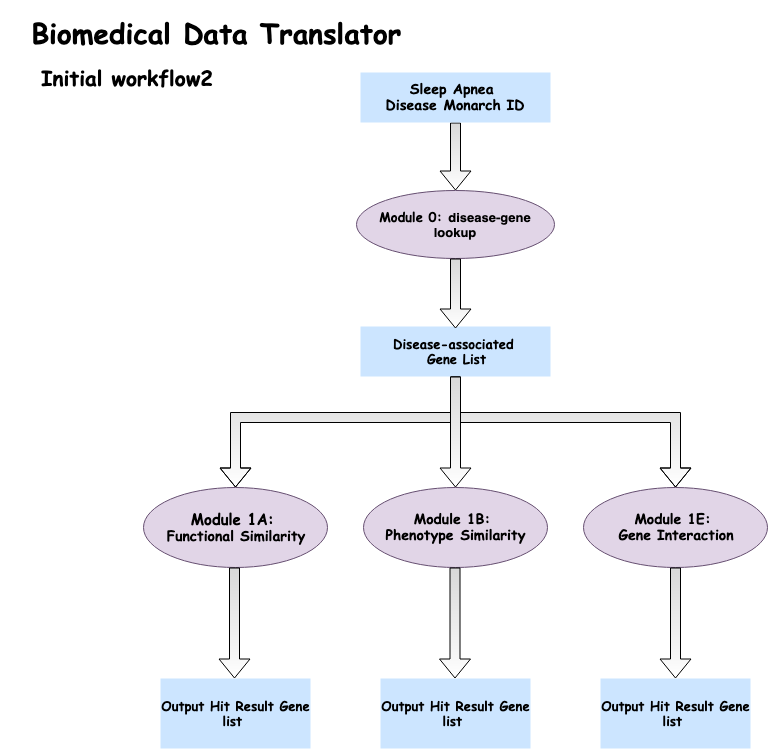
Above: workflow2_diagram.png in imxiaow/SleepApnea-Presentation (draw.io), before the change. Source tidied: cells renumbered, new cells last; positions are measured from the earlier drawing's top-left corner, leaving out a move shared by most shapes.
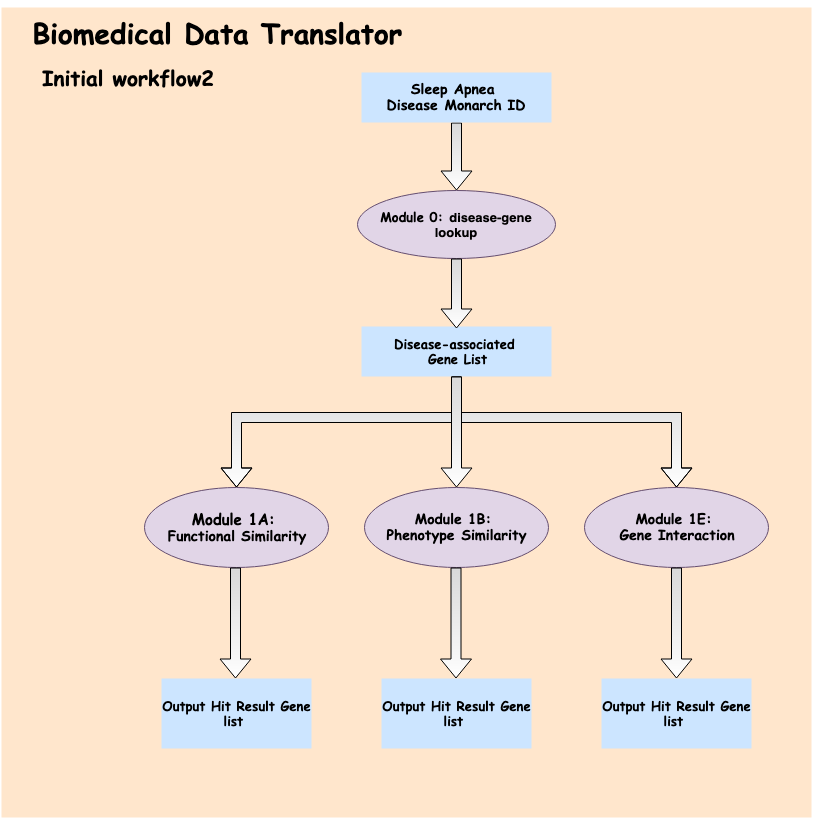
After the commit.

Change to the diagram source:
```diff
@@ -2,6 +2,9 @@
   <root>
     <mxCell id="0" />
     <mxCell id="1" parent="0" />
+    <mxCell id="21" style="whiteSpace=wrap;html=1;strokeColor=none;strokeWidth=3;fillColor=#ffe6cc;fontFamily=Comic Sans MS;" parent="1" vertex="1">
+      <mxGeometry y="-10" width="810" height="810" as="geometry" />
+    </mxCell>
     <mxCell id="2" value="&lt;h2 style=&quot;text-align: left&quot;&gt;&lt;font face=&quot;Comic Sans MS&quot; style=&quot;font-size: 21px&quot;&gt;Initial workflow2&amp;nbsp;&lt;/font&gt;&lt;/h2&gt;" style="text;html=1;strokeColor=none;fillColor=none;align=center;verticalAlign=middle;whiteSpace=wrap;rounded=0;" parent="1" vertex="1">
       <mxGeometry x="30" y="40" width="200" height="40" as="geometry" />
     </mxCell>
```
